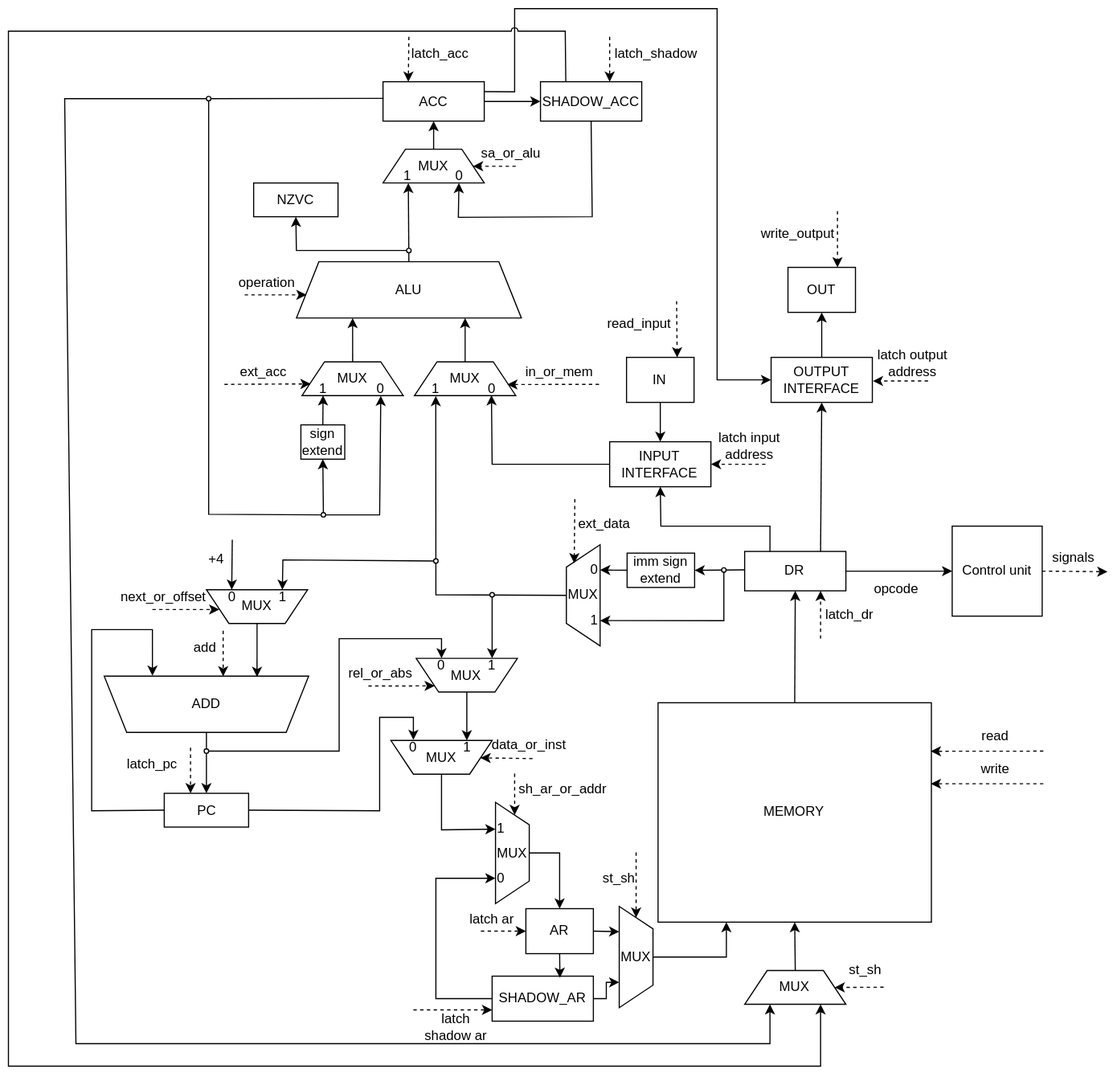
Before: assets/datapath/scheme.svg, a diagram exported from draw.io (AstroSoup/computer-system-architecture-lab-4). Source tidied: cells renumbered, new cells last; positions are measured from the earlier drawing's top-left corner, leaving out a move shared by most shapes.
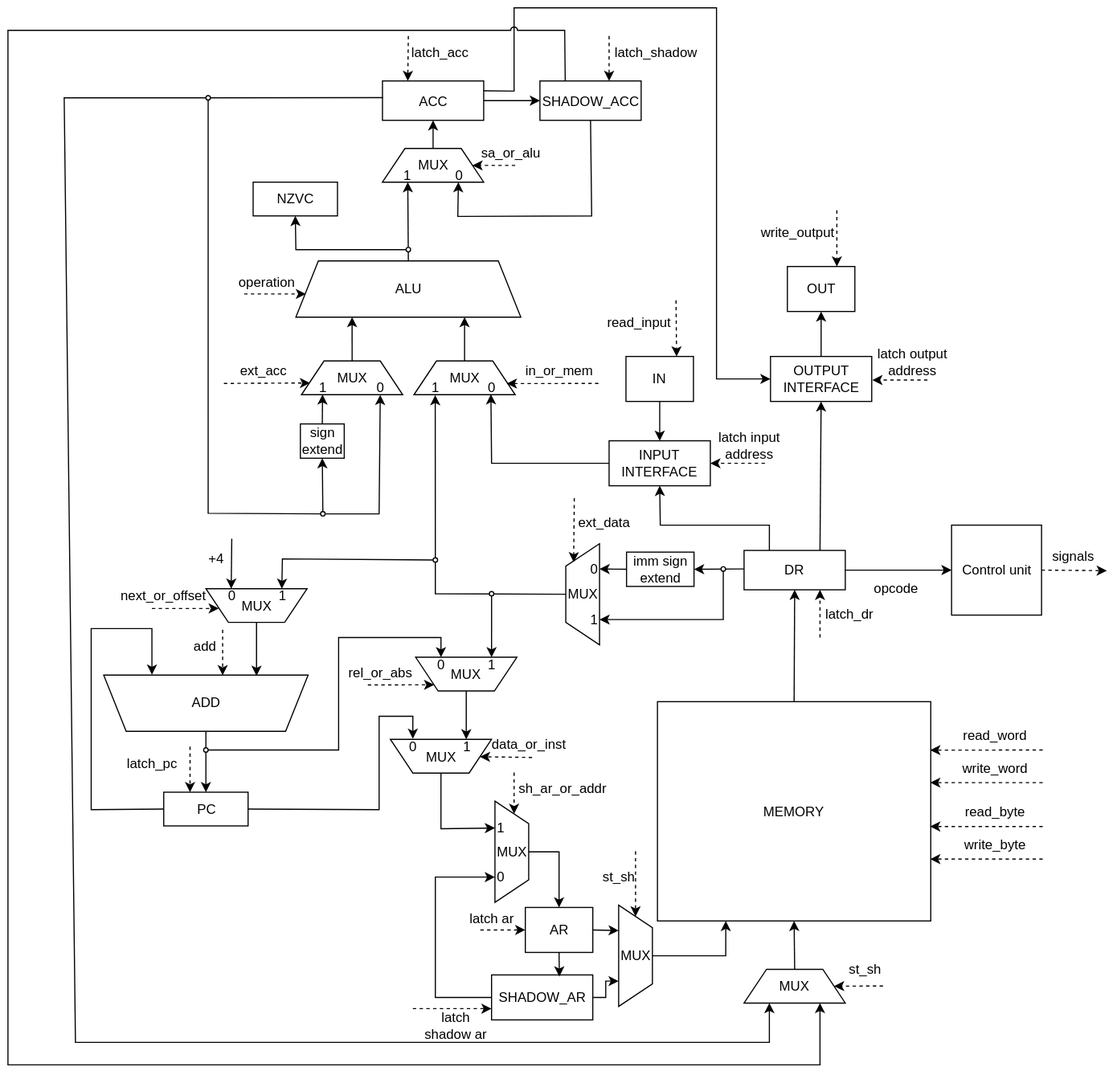
The same diagram one commit later.

Change to the diagram source:
```diff
@@ -63,7 +63,7 @@
         <mxPoint x="920" y="660" as="sourcePoint" />
       </mxGeometry>
     </mxCell>
-    <mxCell id="21" value="read" style="text;html=1;whiteSpace=wrap;strokeColor=none;fillColor=none;align=center;verticalAlign=middle;rounded=0;" parent="1" vertex="1">
+    <mxCell id="21" value="read_word" style="text;html=1;whiteSpace=wrap;strokeColor=none;fillColor=none;align=center;verticalAlign=middle;rounded=0;" parent="1" vertex="1">
       <mxGeometry x="835.5" y="632" width="84.5" height="30" as="geometry" />
     </mxCell>
     <mxCell id="22" style="endArrow=classic;html=1;rounded=0;entryX=1;entryY=0.75;entryDx=0;entryDy=0;dashed=1;" parent="1" edge="1">
@@ -458,7 +458,7 @@
         <mxPoint x="820" y="689" as="targetPoint" />
       </mxGeometry>
     </mxCell>
-    <mxCell id="107" value="write" style="text;html=1;whiteSpace=wrap;strokeColor=none;fillColor=none;align=center;verticalAlign=middle;rounded=0;" parent="1" vertex="1">
+    <mxCell id="107" value="write_word" style="text;html=1;whiteSpace=wrap;strokeColor=none;fillColor=none;align=center;verticalAlign=middle;rounded=0;" parent="1" vertex="1">
       <mxGeometry x="835.5" y="661" width="84.5" height="30" as="geometry" />
     </mxCell>
     <mxCell id="108" style="endArrow=classic;html=1;rounded=0;entryX=0.75;entryY=0;entryDx=0;entryDy=0;dashed=1;" parent="1" edge="1" target="4">
@@ -588,5 +588,23 @@
     <mxCell id="144" value="st_sh" style="text;html=1;whiteSpace=wrap;strokeColor=none;fillColor=none;align=center;verticalAlign=middle;rounded=0;" parent="1" vertex="1">
       <mxGeometry x="732" y="840" width="60" height="30" as="geometry" />
     </mxCell>
+    <mxCell id="145" style="endArrow=classic;html=1;rounded=0;dashed=1;entryX=0.998;entryY=0.221;entryDx=0;entryDy=0;entryPerimeter=0;" parent="1" edge="1">
+      <mxGeometry relative="1" as="geometry">
+        <mxPoint x="920" y="728" as="sourcePoint" />
+        <mxPoint x="820" y="728" as="targetPoint" />
+      </mxGeometry>
+    </mxCell>
+    <mxCell id="146" value="read_byte" style="text;html=1;whiteSpace=wrap;strokeColor=none;fillColor=none;align=center;verticalAlign=middle;rounded=0;" parent="1" vertex="1">
+      <mxGeometry x="835.5" y="700" width="84.5" height="30" as="geometry" />
+    </mxCell>
+    <mxCell id="147" style="endArrow=classic;html=1;rounded=0;dashed=1;entryX=0.998;entryY=0.221;entryDx=0;entryDy=0;entryPerimeter=0;" parent="1" edge="1">
+      <mxGeometry relative="1" as="geometry">
+        <mxPoint x="920" y="757" as="sourcePoint" />
+        <mxPoint x="820" y="757" as="targetPoint" />
+      </mxGeometry>
+    </mxCell>
+    <mxCell id="148" value="write_byte" style="text;html=1;whiteSpace=wrap;strokeColor=none;fillColor=none;align=center;verticalAlign=middle;rounded=0;" parent="1" vertex="1">
+      <mxGeometry x="835.5" y="729" width="84.5" height="30" as="geometry" />
+    </mxCell>
   </root>
 </mxGraphModel>
```
